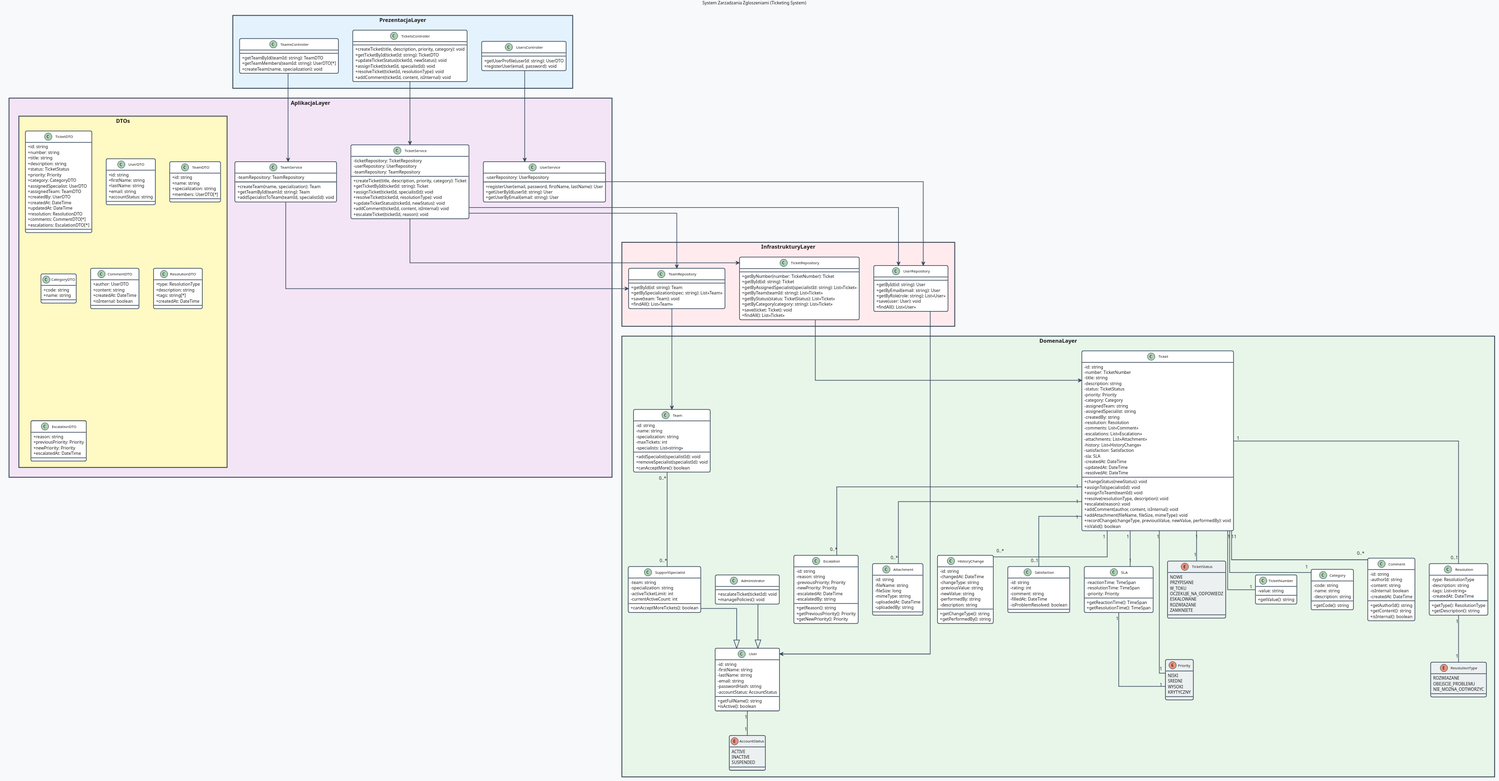
The PlantUML diagram context/Model_Projektowy_System_Ticketingu.svg in trikitirem/AIPISZ---Ticketing-System, before a commit.
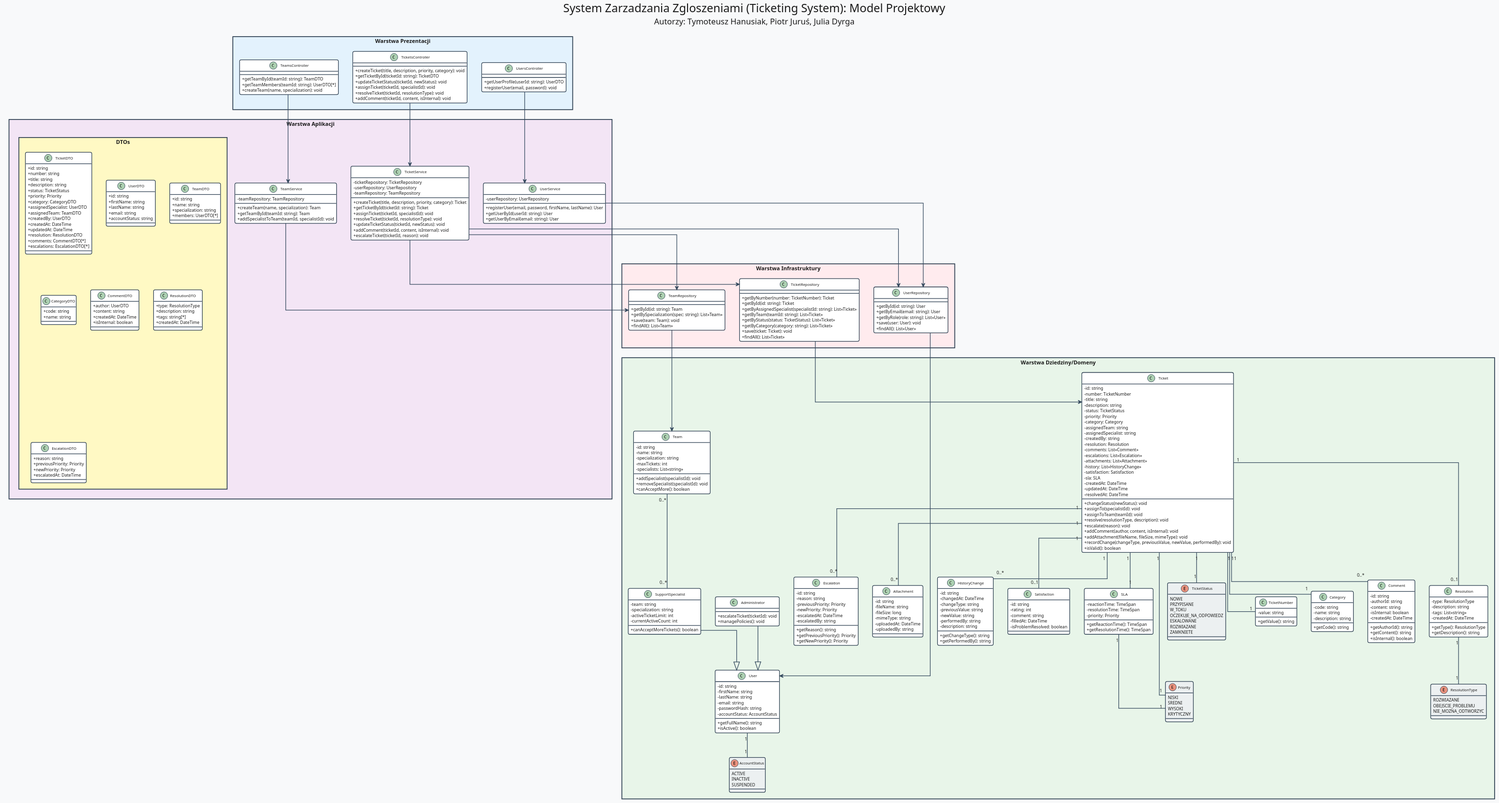
After the commit.

Diff of the diagram source:
```diff
@@ -35,9 +35,9 @@
 skinparam backgroundColor #f8f9fa
 skinparam handwritten false
 
-title System Zarzadzania Zgloszeniami (Ticketing System)
+title <size:28>System Zarzadzania Zgloszeniami (Ticketing System): Model Projektowy</size>\n<size:20>Autorzy: Tymoteusz Hanusiak, Piotr Juruś, Julia Dyrga</size>
 
-package "PrezentacjaLayer" #e3f2fd {
+package "Warstwa Prezentacji" #e3f2fd {
     class TicketsController {
         +createTicket(title, description, priority, category): void
         +getTicketById(ticketId: string): TicketDTO
@@ -59,7 +59,7 @@
     }
 }
 
-package "AplikacjaLayer" #f3e5f5 {
+package "Warstwa Aplikacji" #f3e5f5 {
     class TicketService {
         -ticketRepository: TicketRepository
         -userRepository: UserRepository
@@ -149,7 +149,7 @@
     }
 }
 
-package "DomenaLayer" #e8f5e9 {
+package "Warstwa Dziedziny/Domeny" #e8f5e9 {
     class Ticket {
         -id: string
         -number: TicketNumber
@@ -349,7 +349,7 @@
     Team "0..*" -- "0..*" SupportSpecialist
 }
 
-package "InfrastrukturyLayer" #ffebee {
+package "Warstwa Infrastruktury" #ffebee {
     class TicketRepository {
         +getByNumber(number: TicketNumber): Ticket
         +getById(id: string): Ticket
```
